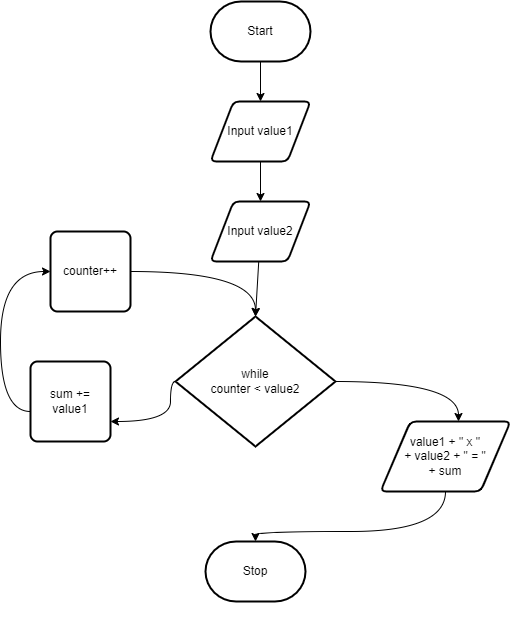
The draw.io diagram design/flow-chart.png in Liya-Getachew/ICS2O-Unit5-06-JS, before a commit. Source tidied: cells renumbered, new cells last; positions are measured from the earlier drawing's top-left corner, leaving out a move shared by most shapes. Its diagram source:
```xml
<mxGraphModel>
  <root>
    <mxCell id="0" />
    <mxCell id="1" parent="0" />
    <mxCell id="2" style="edgeStyle=none;html=1;" parent="1" edge="1" source="3" target="5">
      <mxGeometry relative="1" as="geometry" />
    </mxCell>
    <mxCell id="3" value="Start" style="strokeWidth=2;html=1;shape=mxgraph.flowchart.terminator;whiteSpace=wrap;" parent="1" vertex="1">
      <mxGeometry x="210" width="100" height="60" as="geometry" />
    </mxCell>
    <mxCell id="4" style="edgeStyle=none;html=1;" parent="1" edge="1" source="5" target="9">
      <mxGeometry relative="1" as="geometry" />
    </mxCell>
    <mxCell id="5" value="Input value1" style="shape=parallelogram;html=1;strokeWidth=2;perimeter=parallelogramPerimeter;whiteSpace=wrap;rounded=1;arcSize=12;size=0.23;" parent="1" vertex="1">
      <mxGeometry x="210" y="100" width="100" height="60" as="geometry" />
    </mxCell>
    <mxCell id="6" style="edgeStyle=none;html=1;" parent="1" edge="1">
      <mxGeometry relative="1" as="geometry">
        <mxPoint x="191.2" y="630" as="sourcePoint" />
        <mxPoint x="191.2" y="630" as="targetPoint" />
      </mxGeometry>
    </mxCell>
    <mxCell id="7" value="Stop" style="strokeWidth=2;html=1;shape=mxgraph.flowchart.terminator;whiteSpace=wrap;" parent="1" vertex="1">
      <mxGeometry x="205" y="540" width="100" height="60" as="geometry" />
    </mxCell>
    <mxCell id="8" style="edgeStyle=none;html=1;entryX=0.5;entryY=0;entryDx=0;entryDy=0;entryPerimeter=0;" parent="1" edge="1" source="9" target="12">
      <mxGeometry relative="1" as="geometry" />
    </mxCell>
    <mxCell id="9" value="Input value2" style="shape=parallelogram;html=1;strokeWidth=2;perimeter=parallelogramPerimeter;whiteSpace=wrap;rounded=1;arcSize=12;size=0.23;" parent="1" vertex="1">
      <mxGeometry x="210" y="200" width="100" height="60" as="geometry" />
    </mxCell>
    <mxCell id="10" style="edgeStyle=orthogonalEdgeStyle;html=1;curved=1;" parent="1" edge="1" source="12" target="14">
      <mxGeometry relative="1" as="geometry">
        <Array as="points">
          <mxPoint x="170" y="380" />
          <mxPoint x="170" y="420" />
        </Array>
      </mxGeometry>
    </mxCell>
    <mxCell id="11" style="edgeStyle=orthogonalEdgeStyle;curved=1;html=1;entryX=0.6;entryY=0;entryDx=0;entryDy=0;entryPerimeter=0;" parent="1" edge="1" source="12" target="18">
      <mxGeometry relative="1" as="geometry" />
    </mxCell>
    <mxCell id="12" value="while&lt;br&gt;counter &amp;lt; value2" style="strokeWidth=2;html=1;shape=mxgraph.flowchart.decision;whiteSpace=wrap;" parent="1" vertex="1">
      <mxGeometry x="175" y="315" width="160" height="130" as="geometry" />
    </mxCell>
    <mxCell id="13" style="edgeStyle=orthogonalEdgeStyle;curved=1;html=1;entryX=0;entryY=0.5;entryDx=0;entryDy=0;" parent="1" edge="1" source="14" target="16">
      <mxGeometry relative="1" as="geometry">
        <Array as="points">
          <mxPoint y="410" />
          <mxPoint y="270" />
        </Array>
      </mxGeometry>
    </mxCell>
    <mxCell id="14" value="sum += value1&lt;br&gt;" style="rounded=1;whiteSpace=wrap;html=1;absoluteArcSize=1;arcSize=14;strokeWidth=2;" parent="1" vertex="1">
      <mxGeometry x="30" y="360" width="80" height="80" as="geometry" />
    </mxCell>
    <mxCell id="15" style="edgeStyle=orthogonalEdgeStyle;curved=1;html=1;entryX=0.5;entryY=0;entryDx=0;entryDy=0;entryPerimeter=0;" parent="1" edge="1" source="16" target="12">
      <mxGeometry relative="1" as="geometry" />
    </mxCell>
    <mxCell id="16" value="counter++" style="rounded=1;whiteSpace=wrap;html=1;absoluteArcSize=1;arcSize=14;strokeWidth=2;" parent="1" vertex="1">
      <mxGeometry x="50" y="230" width="80" height="80" as="geometry" />
    </mxCell>
    <mxCell id="17" style="edgeStyle=orthogonalEdgeStyle;curved=1;html=1;entryX=0.5;entryY=0;entryDx=0;entryDy=0;entryPerimeter=0;" parent="1" edge="1" source="18" target="7">
      <mxGeometry relative="1" as="geometry">
        <Array as="points">
          <mxPoint x="445" y="530" />
          <mxPoint x="255" y="530" />
        </Array>
      </mxGeometry>
    </mxCell>
    <mxCell id="18" value="value1 + &quot; x &quot;&lt;br&gt;+ value2 + &quot; = &quot;&lt;br&gt;+ sum" style="shape=parallelogram;html=1;strokeWidth=2;perimeter=parallelogramPerimeter;whiteSpace=wrap;rounded=1;arcSize=12;size=0.23;" parent="1" vertex="1">
      <mxGeometry x="380" y="420" width="130" height="70" as="geometry" />
    </mxCell>
  </root>
</mxGraphModel>
```
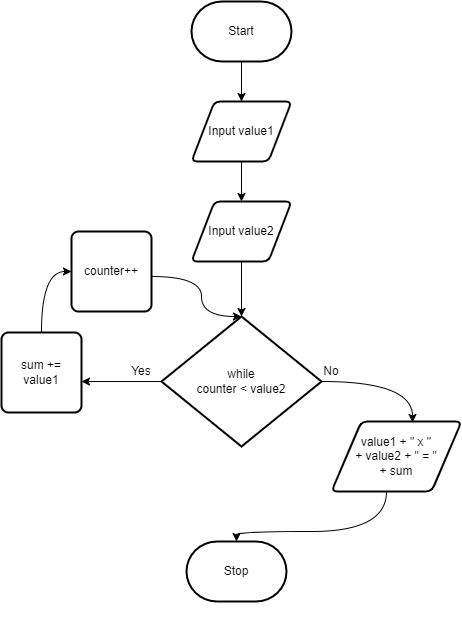
After the change.

What changed in the source:
```diff
@@ -29,47 +29,48 @@
     <mxCell id="9" value="Input value2" style="shape=parallelogram;html=1;strokeWidth=2;perimeter=parallelogramPerimeter;whiteSpace=wrap;rounded=1;arcSize=12;size=0.23;" parent="1" vertex="1">
       <mxGeometry x="210" y="200" width="100" height="60" as="geometry" />
     </mxCell>
+    <mxCell id="11" style="edgeStyle=orthogonalEdgeStyle;html=1;entryX=0.623;entryY=0.014;entryDx=0;entryDy=0;entryPerimeter=0;curved=1;" parent="1" edge="1" source="12" target="18">
+      <mxGeometry relative="1" as="geometry" />
+    </mxCell>
-    <mxCell id="10" style="edgeStyle=orthogonalEdgeStyle;html=1;curved=1;" parent="1" edge="1" source="12" target="14">
-      <mxGeometry relative="1" as="geometry">
-        <Array as="points">
-          <mxPoint x="170" y="380" />
-          <mxPoint x="170" y="420" />
-        </Array>
-      </mxGeometry>
+    <mxCell id="10" style="edgeStyle=orthogonalEdgeStyle;curved=1;html=1;entryX=1;entryY=0.613;entryDx=0;entryDy=0;entryPerimeter=0;" parent="1" edge="1" source="12" target="14">
+      <mxGeometry relative="1" as="geometry" />
     </mxCell>
-    <mxCell id="11" style="edgeStyle=orthogonalEdgeStyle;curved=1;html=1;entryX=0.6;entryY=0;entryDx=0;entryDy=0;entryPerimeter=0;" parent="1" edge="1" source="12" target="18">
-      <mxGeometry relative="1" as="geometry" />
-    </mxCell>
     <mxCell id="12" value="while&lt;br&gt;counter &amp;lt; value2" style="strokeWidth=2;html=1;shape=mxgraph.flowchart.decision;whiteSpace=wrap;" parent="1" vertex="1">
-      <mxGeometry x="175" y="315" width="160" height="130" as="geometry" />
+      <mxGeometry x="180" y="315" width="160" height="130" as="geometry" />
     </mxCell>
     <mxCell id="13" style="edgeStyle=orthogonalEdgeStyle;curved=1;html=1;entryX=0;entryY=0.5;entryDx=0;entryDy=0;" parent="1" edge="1" source="14" target="16">
-      <mxGeometry relative="1" as="geometry">
-        <Array as="points">
-          <mxPoint y="410" />
-          <mxPoint y="270" />
-        </Array>
-      </mxGeometry>
+      <mxGeometry relative="1" as="geometry" />
     </mxCell>
     <mxCell id="14" value="sum += value1&lt;br&gt;" style="rounded=1;whiteSpace=wrap;html=1;absoluteArcSize=1;arcSize=14;strokeWidth=2;" parent="1" vertex="1">
-      <mxGeometry x="30" y="360" width="80" height="80" as="geometry" />
+      <mxGeometry x="20" y="331" width="80" height="80" as="geometry" />
     </mxCell>
     <mxCell id="15" style="edgeStyle=orthogonalEdgeStyle;curved=1;html=1;entryX=0.5;entryY=0;entryDx=0;entryDy=0;entryPerimeter=0;" parent="1" edge="1" source="16" target="12">
-      <mxGeometry relative="1" as="geometry" />
+      <mxGeometry relative="1" as="geometry">
+        <Array as="points">
+          <mxPoint x="220" y="275" />
+          <mxPoint x="220" y="315" />
+        </Array>
+      </mxGeometry>
     </mxCell>
     <mxCell id="16" value="counter++" style="rounded=1;whiteSpace=wrap;html=1;absoluteArcSize=1;arcSize=14;strokeWidth=2;" parent="1" vertex="1">
-      <mxGeometry x="50" y="230" width="80" height="80" as="geometry" />
+      <mxGeometry x="90" y="230" width="80" height="80" as="geometry" />
     </mxCell>
     <mxCell id="17" style="edgeStyle=orthogonalEdgeStyle;curved=1;html=1;entryX=0.5;entryY=0;entryDx=0;entryDy=0;entryPerimeter=0;" parent="1" edge="1" source="18" target="7">
       <mxGeometry relative="1" as="geometry">
         <Array as="points">
-          <mxPoint x="445" y="530" />
+          <mxPoint x="405" y="530" />
           <mxPoint x="255" y="530" />
         </Array>
       </mxGeometry>
     </mxCell>
     <mxCell id="18" value="value1 + &quot; x &quot;&lt;br&gt;+ value2 + &quot; = &quot;&lt;br&gt;+ sum" style="shape=parallelogram;html=1;strokeWidth=2;perimeter=parallelogramPerimeter;whiteSpace=wrap;rounded=1;arcSize=12;size=0.23;" parent="1" vertex="1">
-      <mxGeometry x="380" y="420" width="130" height="70" as="geometry" />
+      <mxGeometry x="350" y="420" width="130" height="70" as="geometry" />
     </mxCell>
+    <mxCell id="19" value="No" style="text;html=1;strokeColor=none;fillColor=none;align=center;verticalAlign=middle;whiteSpace=wrap;rounded=0;" parent="1" vertex="1">
+      <mxGeometry x="320" y="355" width="60" height="30" as="geometry" />
+    </mxCell>
+    <mxCell id="20" value="Yes" style="text;html=1;strokeColor=none;fillColor=none;align=center;verticalAlign=middle;whiteSpace=wrap;rounded=0;" parent="1" vertex="1">
+      <mxGeometry x="130" y="355" width="60" height="30" as="geometry" />
+    </mxCell>
   </root>
 </mxGraphModel>
```
